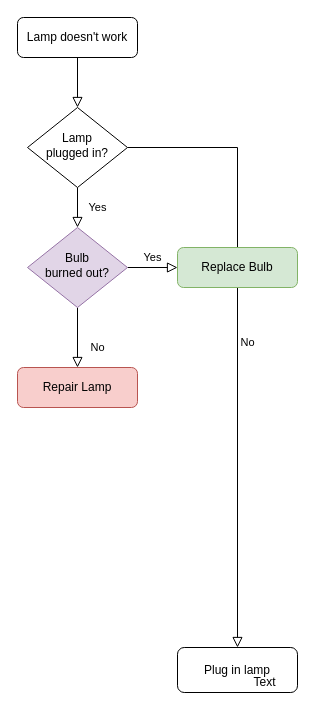
Before: Untitled Diagram.drawio in lpenhallowHome/rsa2019, a draw.io diagram. Source tidied: cells renumbered, new cells numbered last; positions are measured from the earlier drawing's top-left corner, leaving out a move shared by most shapes. Both pictures are drawn from the tidied source at 100%, with x=0, y=0 at pixel (17, 17).
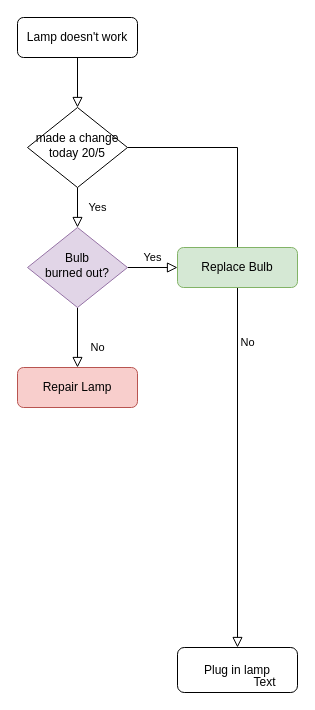
The same page after the edit.

The edit, as a diff of the source:
```diff
@@
 <mxGraphModel>
   <root>
     <mxCell id="0" />
     <mxCell id="1" parent="0" />
     <mxCell id="2" style="rounded=0;html=1;jettySize=auto;fontSize=11;endArrow=block;endFill=0;endSize=8;strokeWidth=1;shadow=0;labelBackgroundColor=none;edgeStyle=orthogonalEdgeStyle;" parent="1" edge="1" source="3" target="6">
       <mxGeometry relative="1" as="geometry" />
     </mxCell>
     <mxCell id="3" value="Lamp doesn't work" style="rounded=1;whiteSpace=wrap;html=1;fontSize=12;glass=0;strokeWidth=1;shadow=0;" parent="1" vertex="1">
       <mxGeometry width="120" height="40" as="geometry" />
     </mxCell>
     <mxCell id="4" value="Yes" style="rounded=0;html=1;jettySize=auto;fontSize=11;endArrow=block;endFill=0;endSize=8;strokeWidth=1;shadow=0;labelBackgroundColor=none;edgeStyle=orthogonalEdgeStyle;" parent="1" edge="1" source="6" target="11">
       <mxGeometry y="20" relative="1" as="geometry" />
     </mxCell>
     <mxCell id="5" value="No" style="edgeStyle=orthogonalEdgeStyle;rounded=0;html=1;jettySize=auto;fontSize=11;endArrow=block;endFill=0;endSize=8;strokeWidth=1;shadow=0;labelBackgroundColor=none;" parent="1" edge="1" source="6" target="7">
       <mxGeometry y="10" relative="1" as="geometry" />
     </mxCell>
-    <mxCell id="6" value="Lamp&lt;br&gt;plugged in?" style="rhombus;whiteSpace=wrap;html=1;shadow=0;fontFamily=Helvetica;fontSize=12;align=center;strokeWidth=1;spacing=6;spacingTop=-4;" parent="1" vertex="1">
+    <mxCell id="6" value="made a change today 20/5" style="rhombus;whiteSpace=wrap;html=1;shadow=0;fontFamily=Helvetica;fontSize=12;align=center;strokeWidth=1;spacing=6;spacingTop=-4;" parent="1" vertex="1">
       <mxGeometry x="10" y="90" width="100" height="80" as="geometry" />
     </mxCell>
     <mxCell id="7" value="Plug in lamp" style="rounded=1;whiteSpace=wrap;html=1;fontSize=12;glass=0;strokeWidth=1;shadow=0;" parent="1" vertex="1">
       <mxGeometry x="160" y="630" width="120" height="45" as="geometry" />
     </mxCell>
     <mxCell id="8" value="Text" style="text;html=1;align=center;verticalAlign=middle;" parent="7" vertex="1">
       <mxGeometry x="67" y="25" width="40" height="20" as="geometry" />
     </mxCell>
     <mxCell id="9" value="No" style="rounded=0;html=1;jettySize=auto;fontSize=11;endArrow=block;endFill=0;endSize=8;strokeWidth=1;shadow=0;labelBackgroundColor=none;edgeStyle=orthogonalEdgeStyle;" parent="1" edge="1" source="11" target="12">
       <mxGeometry x="0.33" y="20" relative="1" as="geometry" />
     </mxCell>
     <mxCell id="10" value="Yes" style="edgeStyle=orthogonalEdgeStyle;rounded=0;html=1;jettySize=auto;fontSize=11;endArrow=block;endFill=0;endSize=8;strokeWidth=1;shadow=0;labelBackgroundColor=none;" parent="1" edge="1" source="11" target="13">
       <mxGeometry y="10" relative="1" as="geometry" />
     </mxCell>
     <mxCell id="11" value="Bulb&lt;br&gt;burned out?" style="rhombus;whiteSpace=wrap;html=1;shadow=0;fontFamily=Helvetica;fontSize=12;align=center;strokeWidth=1;spacing=6;spacingTop=-4;fillColor=#e1d5e7;strokeColor=#9673a6;" parent="1" vertex="1">
       <mxGeometry x="10" y="210" width="100" height="80" as="geometry" />
     </mxCell>
     <mxCell id="12" value="Repair Lamp" style="rounded=1;whiteSpace=wrap;html=1;fontSize=12;glass=0;strokeWidth=1;shadow=0;fillColor=#f8cecc;strokeColor=#b85450;" parent="1" vertex="1">
       <mxGeometry y="350" width="120" height="40" as="geometry" />
     </mxCell>
     <mxCell id="13" value="Replace Bulb" style="rounded=1;whiteSpace=wrap;html=1;fontSize=12;glass=0;strokeWidth=1;shadow=0;fillColor=#d5e8d4;strokeColor=#82b366;" parent="1" vertex="1">
       <mxGeometry x="160" y="230" width="120" height="40" as="geometry" />
     </mxCell>
   </root>
 </mxGraphModel>
```
